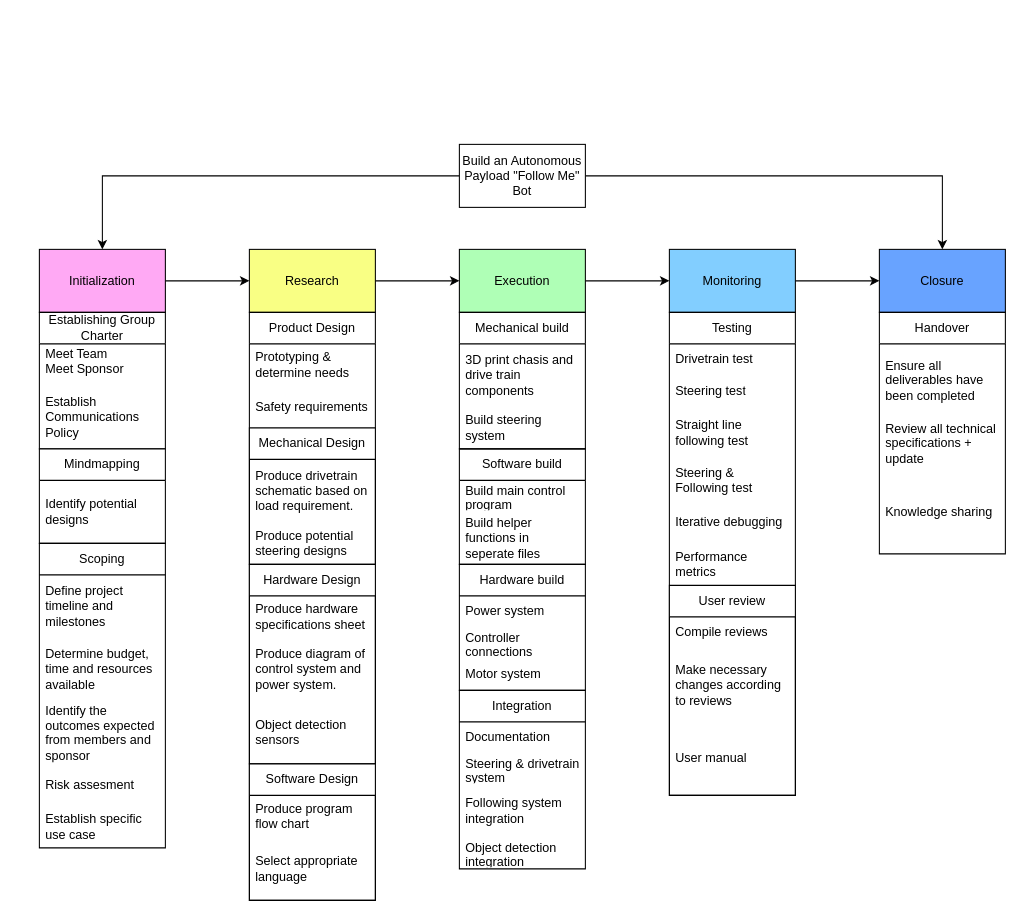
Earlier version of the draw.io diagram diagrams/projectwbs.drawio (BowieJames/FollowMe). Source tidied: cells renumbered, new cells numbered last; positions are measured from the earlier drawing's top-left corner, leaving out a move shared by most shapes. Both pictures are drawn from the tidied source at 105%, with x=0, y=0 at pixel (39, 144).
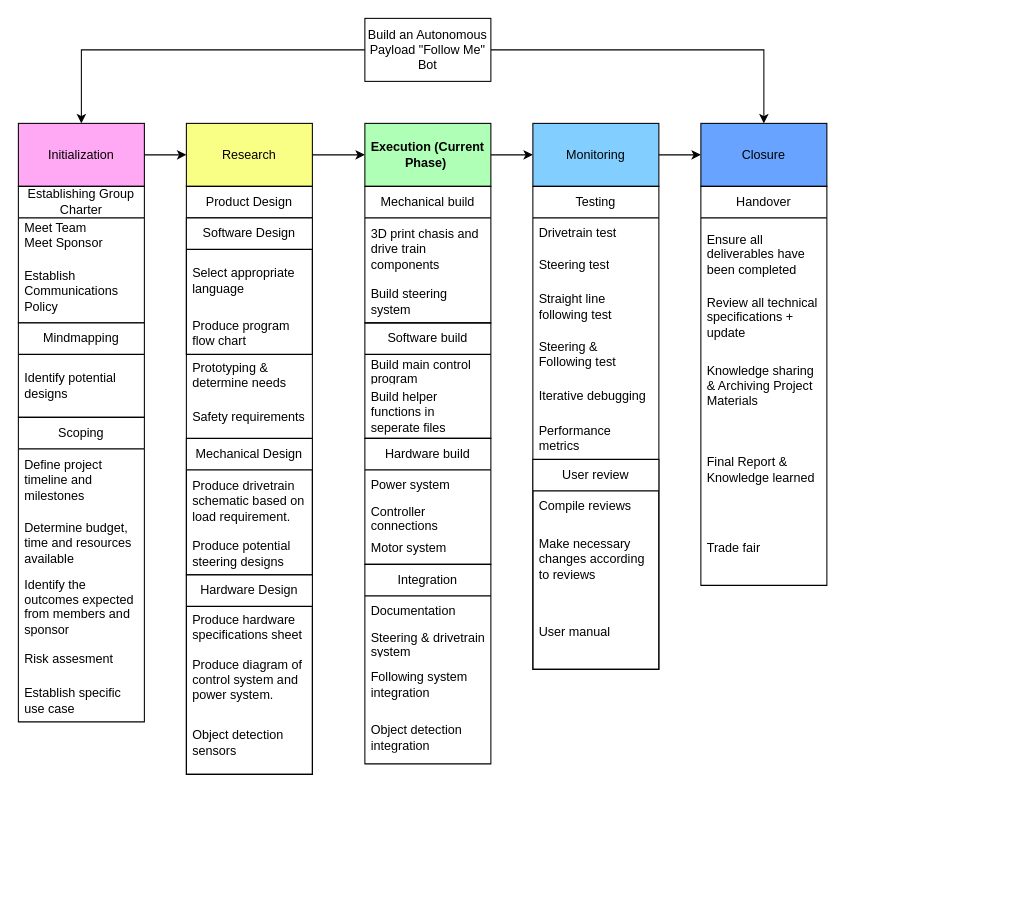
The same page after the edit.

What changed in the source:
```diff
@@
     <mxCell id="4" value="Build an Autonomous Payload &quot;Follow Me&quot; Bot" style="rounded=0;whiteSpace=wrap;html=1;" parent="1" vertex="1">
-      <mxGeometry x="400" width="120" height="60" as="geometry" />
+      <mxGeometry x="310" y="-120" width="120" height="60" as="geometry" />
     </mxCell>
@@
     <mxCell id="6" value="Initialization" style="rounded=0;whiteSpace=wrap;html=1;fillColor=#FFA9F4;" parent="1" vertex="1">
-      <mxGeometry y="100" width="120" height="60" as="geometry" />
+      <mxGeometry x="-20" y="-20" width="120" height="60" as="geometry" />
     </mxCell>
@@
     <mxCell id="8" value="Research" style="rounded=0;whiteSpace=wrap;html=1;fillColor=#F9FF84;" parent="1" vertex="1">
-      <mxGeometry x="200" y="100" width="120" height="60" as="geometry" />
+      <mxGeometry x="140" y="-20" width="120" height="60" as="geometry" />
     </mxCell>
@@
-    <mxCell id="10" value="Execution" style="rounded=0;whiteSpace=wrap;html=1;fillColor=#AFFFB6;" parent="1" vertex="1">
-      <mxGeometry x="400" y="100" width="120" height="60" as="geometry" />
+    <mxCell id="10" value="&lt;b&gt;Execution (Current Phase)&amp;nbsp;&lt;/b&gt;" style="rounded=0;whiteSpace=wrap;html=1;fillColor=#AFFFB6;" parent="1" vertex="1">
+      <mxGeometry x="310" y="-20" width="120" height="60" as="geometry" />
     </mxCell>
@@
     <mxCell id="12" value="Monitoring" style="rounded=0;whiteSpace=wrap;html=1;fillColor=#82CEFF;" parent="1" vertex="1">
-      <mxGeometry x="600" y="100" width="120" height="60" as="geometry" />
+      <mxGeometry x="470" y="-20" width="120" height="60" as="geometry" />
     </mxCell>
     <mxCell id="13" value="Closure" style="rounded=0;whiteSpace=wrap;html=1;fillColor=#68A3FF;strokeColor=#000000;" parent="1" vertex="1">
-      <mxGeometry x="800" y="100" width="120" height="60" as="geometry" />
+      <mxGeometry x="630" y="-20" width="120" height="60" as="geometry" />
     </mxCell>
     <mxCell id="14" value="Establishing Group Charter" style="swimlane;fontStyle=0;horizontal=1;startSize=30;whiteSpace=wrap;html=1;" parent="1" vertex="1">
-      <mxGeometry y="160" width="120" height="130" as="geometry" />
+      <mxGeometry x="-20" y="40" width="120" height="130" as="geometry" />
     </mxCell>
@@
     <mxCell id="17" value="Product Design" style="swimlane;fontStyle=0;horizontal=1;startSize=30;whiteSpace=wrap;html=1;" parent="1" vertex="1">
-      <mxGeometry x="200" y="160" width="120" height="560" as="geometry" />
+      <mxGeometry x="140" y="40" width="120" height="560" as="geometry" />
     </mxCell>
+    <mxCell id="27" value="Software Design" style="swimlane;fontStyle=0;horizontal=1;startSize=30;whiteSpace=wrap;html=1;" parent="17" vertex="1">
+      <mxGeometry y="30" width="120" height="130" as="geometry" />
+    </mxCell>
+    <mxCell id="29" value="Select appropriate language&amp;nbsp;" style="text;strokeColor=none;fillColor=none;align=left;verticalAlign=middle;spacingLeft=4;spacingRight=4;overflow=hidden;whiteSpace=wrap;html=1;" parent="27" vertex="1">
+      <mxGeometry y="30" width="120" height="60" as="geometry" />
+    </mxCell>
+    <mxCell id="28" value="Produce program flow chart" style="text;strokeColor=none;fillColor=none;align=left;verticalAlign=middle;spacingLeft=4;spacingRight=4;overflow=hidden;whiteSpace=wrap;html=1;" parent="27" vertex="1">
+      <mxGeometry y="90" width="120" height="40" as="geometry" />
+    </mxCell>
     <mxCell id="18" value="Prototyping &amp;amp; determine needs" style="text;strokeColor=none;fillColor=none;align=left;verticalAlign=middle;spacingLeft=4;spacingRight=4;overflow=hidden;whiteSpace=wrap;html=1;" parent="17" vertex="1">
-      <mxGeometry y="30" width="120" height="40" as="geometry" />
+      <mxGeometry y="160" width="120" height="40" as="geometry" />
     </mxCell>
     <mxCell id="19" value="Safety requirements" style="text;strokeColor=none;fillColor=none;align=left;verticalAlign=middle;spacingLeft=4;spacingRight=4;overflow=hidden;whiteSpace=wrap;html=1;" parent="17" vertex="1">
-      <mxGeometry y="70" width="120" height="40" as="geometry" />
+      <mxGeometry y="200" width="120" height="40" as="geometry" />
     </mxCell>
     <mxCell id="20" value="Mechanical Design" style="swimlane;fontStyle=0;horizontal=1;startSize=30;whiteSpace=wrap;html=1;" parent="17" vertex="1">
-      <mxGeometry y="110" width="120" height="130" as="geometry" />
+      <mxGeometry y="240" width="120" height="130" as="geometry" />
     </mxCell>
@@
     <mxCell id="23" value="Hardware Design" style="swimlane;fontStyle=0;horizontal=1;startSize=30;whiteSpace=wrap;html=1;" parent="17" vertex="1">
-      <mxGeometry y="240" width="120" height="190" as="geometry" />
+      <mxGeometry y="370" width="120" height="190" as="geometry" />
     </mxCell>
@@
-    <mxCell id="27" value="Software Design" style="swimlane;fontStyle=0;horizontal=1;startSize=30;whiteSpace=wrap;html=1;" parent="17" vertex="1">
-      <mxGeometry y="430" width="120" height="130" as="geometry" />
-    </mxCell>
-    <mxCell id="28" value="Produce program flow chart" style="text;strokeColor=none;fillColor=none;align=left;verticalAlign=middle;spacingLeft=4;spacingRight=4;overflow=hidden;whiteSpace=wrap;html=1;" parent="27" vertex="1">
-      <mxGeometry y="30" width="120" height="40" as="geometry" />
-    </mxCell>
-    <mxCell id="29" value="Select appropriate language&amp;nbsp;" style="text;strokeColor=none;fillColor=none;align=left;verticalAlign=middle;spacingLeft=4;spacingRight=4;overflow=hidden;whiteSpace=wrap;html=1;" parent="27" vertex="1">
-      <mxGeometry y="70" width="120" height="60" as="geometry" />
-    </mxCell>
     <mxCell id="30" value="Hardware build" style="swimlane;fontStyle=0;horizontal=1;startSize=30;whiteSpace=wrap;html=1;" parent="1" vertex="1">
-      <mxGeometry x="400" y="400" width="120" height="120" as="geometry" />
+      <mxGeometry x="310" y="280" width="120" height="120" as="geometry" />
     </mxCell>
@@
     <mxCell id="34" value="Testing" style="swimlane;fontStyle=0;horizontal=1;startSize=30;whiteSpace=wrap;html=1;" parent="1" vertex="1">
-      <mxGeometry x="600" y="160" width="120" height="460" as="geometry" />
+      <mxGeometry x="470" y="40" width="120" height="460" as="geometry" />
     </mxCell>
@@
     <mxCell id="45" value="Handover" style="swimlane;fontStyle=0;horizontal=1;startSize=30;whiteSpace=wrap;html=1;" parent="1" vertex="1">
-      <mxGeometry x="800" y="160" width="120" height="230" as="geometry" />
+      <mxGeometry x="630" y="40" width="120" height="380" as="geometry" />
     </mxCell>
@@
-    <mxCell id="48" value="Knowledge sharing&amp;nbsp;" style="text;strokeColor=none;fillColor=none;align=left;verticalAlign=middle;spacingLeft=4;spacingRight=4;overflow=hidden;whiteSpace=wrap;html=1;" parent="45" vertex="1">
+    <mxCell id="48" value="Knowledge sharing &amp;amp; Archiving Project Materials" style="text;strokeColor=none;fillColor=none;align=left;verticalAlign=middle;spacingLeft=4;spacingRight=4;overflow=hidden;whiteSpace=wrap;html=1;" parent="45" vertex="1">
       <mxGeometry y="150" width="120" height="80" as="geometry" />
     </mxCell>
+    <mxCell id="68" value="Final Report &amp;amp; Knowledge learned" style="text;strokeColor=none;fillColor=none;align=left;verticalAlign=middle;spacingLeft=4;spacingRight=4;overflow=hidden;whiteSpace=wrap;html=1;" parent="45" vertex="1">
+      <mxGeometry y="230" width="120" height="80" as="geometry" />
+    </mxCell>
+    <mxCell id="69" value="Trade fair" style="text;strokeColor=none;fillColor=none;align=left;verticalAlign=middle;spacingLeft=4;spacingRight=4;overflow=hidden;whiteSpace=wrap;html=1;" parent="45" vertex="1">
+      <mxGeometry y="310" width="120" height="70" as="geometry" />
+    </mxCell>
     <mxCell id="49" value="Mindmapping" style="swimlane;fontStyle=0;horizontal=1;startSize=30;whiteSpace=wrap;html=1;" parent="1" vertex="1">
-      <mxGeometry y="290" width="120" height="90" as="geometry" />
+      <mxGeometry x="-20" y="170" width="120" height="90" as="geometry" />
     </mxCell>
@@
     <mxCell id="51" value="Scoping" style="swimlane;fontStyle=0;horizontal=1;startSize=30;whiteSpace=wrap;html=1;" parent="1" vertex="1">
-      <mxGeometry y="380" width="120" height="290" as="geometry" />
+      <mxGeometry x="-20" y="260" width="120" height="290" as="geometry" />
     </mxCell>
@@
     <mxCell id="57" value="Software build" style="swimlane;fontStyle=0;horizontal=1;startSize=30;whiteSpace=wrap;html=1;" parent="1" vertex="1">
-      <mxGeometry x="400" y="290" width="120" height="110" as="geometry" />
+      <mxGeometry x="310" y="170" width="120" height="110" as="geometry" />
     </mxCell>
@@
     <mxCell id="60" value="Mechanical build" style="swimlane;fontStyle=0;horizontal=1;startSize=30;whiteSpace=wrap;html=1;" parent="1" vertex="1">
-      <mxGeometry x="400" y="160" width="120" height="130" as="geometry" />
+      <mxGeometry x="310" y="40" width="120" height="130" as="geometry" />
     </mxCell>
@@
     <mxCell id="63" value="Integration" style="swimlane;fontStyle=0;horizontal=1;startSize=30;whiteSpace=wrap;html=1;" parent="1" vertex="1">
-      <mxGeometry x="400" y="520" width="120" height="170" as="geometry" />
+      <mxGeometry x="310" y="400" width="120" height="190" as="geometry" />
     </mxCell>
@@
     <mxCell id="67" value="Object detection integration" style="text;strokeColor=none;fillColor=none;align=left;verticalAlign=middle;spacingLeft=4;spacingRight=4;overflow=hidden;whiteSpace=wrap;html=1;" parent="63" vertex="1">
-      <mxGeometry y="140" width="120" height="30" as="geometry" />
+      <mxGeometry y="140" width="120" height="50" as="geometry" />
     </mxCell>
```
